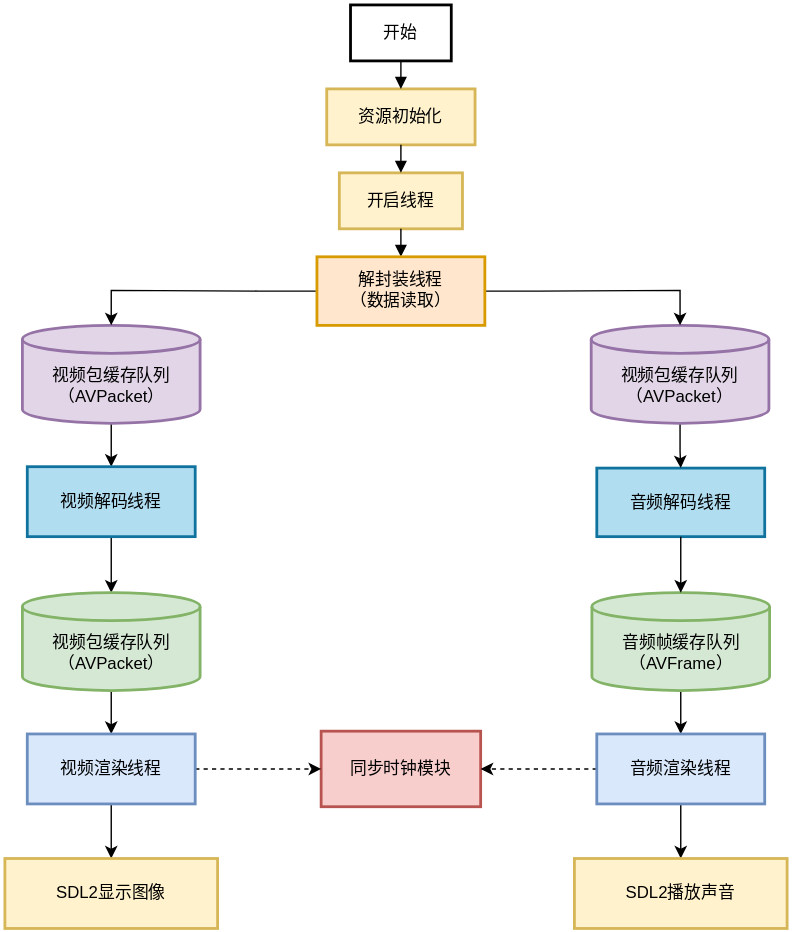
Above: docs/assets/pic2-basic_architecture.svg in Ko-vey/SDLplayerCore (draw.io), before the change. Source tidied: cells renumbered, new cells last; positions are measured from the earlier drawing's top-left corner, leaving out a move shared by most shapes.
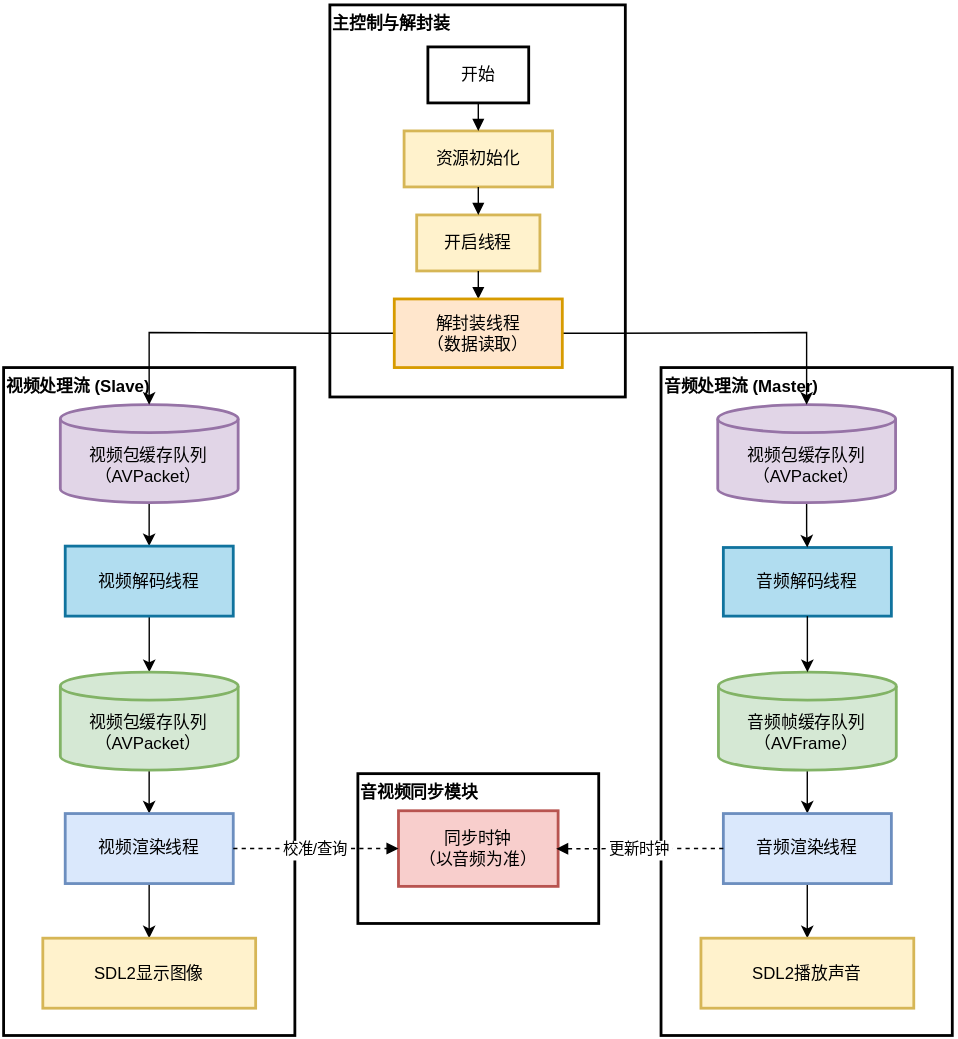
The same file after the commit.

Commit message:
改进修改基本架构图源文件及代码

Diff of the diagram source:
```diff
@@ -2,6 +2,18 @@
   <root>
     <mxCell id="0" />
     <mxCell id="1" parent="0" />
+    <mxCell id="32" value="音视频同步模块" style="whiteSpace=wrap;strokeWidth=2;align=left;verticalAlign=top;fontStyle=1;" parent="1" vertex="1">
+      <mxGeometry x="197" y="519" width="172" height="107" as="geometry" />
+    </mxCell>
+    <mxCell id="33" value="音频处理流 (Master)" style="whiteSpace=wrap;strokeWidth=2;align=left;verticalAlign=top;fontStyle=1;" parent="1" vertex="1">
+      <mxGeometry x="413.5" y="229" width="208" height="477" as="geometry" />
+    </mxCell>
+    <mxCell id="34" value="视频处理流 (Slave)" style="whiteSpace=wrap;strokeWidth=2;align=left;verticalAlign=top;fontStyle=1;" parent="1" vertex="1">
+      <mxGeometry x="-56" y="229" width="208" height="477" as="geometry" />
+    </mxCell>
+    <mxCell id="35" value="主控制与解封装" style="whiteSpace=wrap;strokeWidth=2;align=left;verticalAlign=top;fontStyle=1;" parent="1" vertex="1">
+      <mxGeometry x="177" y="-30" width="211" height="280" as="geometry" />
+    </mxCell>
     <mxCell id="2" value="开始" style="whiteSpace=wrap;strokeWidth=2;" parent="1" vertex="1">
       <mxGeometry x="247" width="72" height="40" as="geometry" />
     </mxCell>
@@ -15,19 +27,19 @@
       <mxGeometry relative="1" as="geometry" />
     </mxCell>
     <mxCell id="6" value="视频包缓存队列&#10;（AVPacket）" style="shape=cylinder3;boundedLbl=1;backgroundOutline=1;size=10;strokeWidth=2;whiteSpace=wrap;fillColor=#e1d5e7;strokeColor=#9673a6;" parent="1" vertex="1">
-      <mxGeometry x="12.5" y="229" width="127" height="70" as="geometry" />
+      <mxGeometry x="-15.5" y="255.5" width="127" height="70" as="geometry" />
     </mxCell>
     <mxCell id="7" style="edgeStyle=orthogonalEdgeStyle;rounded=0;jettySize=auto;html=1;" parent="1" edge="1" source="8" target="17">
       <mxGeometry relative="1" as="geometry" />
     </mxCell>
     <mxCell id="8" value="视频解码线程" style="whiteSpace=wrap;strokeWidth=2;fillColor=#b1ddf0;strokeColor=#10739e;" parent="1" vertex="1">
-      <mxGeometry x="16" y="330" width="120" height="50" as="geometry" />
+      <mxGeometry x="-12" y="356.5" width="120" height="50" as="geometry" />
     </mxCell>
-    <mxCell id="9" value="同步时钟模块" style="whiteSpace=wrap;strokeWidth=2;fillColor=#f8cecc;strokeColor=#b85450;" parent="1" vertex="1">
-      <mxGeometry x="226" y="519" width="114" height="54" as="geometry" />
+    <mxCell id="9" value="同步时钟&#10;（以音频为准）" style="whiteSpace=wrap;strokeWidth=2;fillColor=#f8cecc;strokeColor=#b85450;" parent="1" vertex="1">
+      <mxGeometry x="226" y="545.5" width="114" height="54" as="geometry" />
     </mxCell>
     <mxCell id="10" value="音频解码线程" style="whiteSpace=wrap;strokeWidth=2;fillColor=#b1ddf0;strokeColor=#10739e;" parent="1" vertex="1">
-      <mxGeometry x="423" y="331" width="120" height="49" as="geometry" />
+      <mxGeometry x="458" y="357.5" width="120" height="49" as="geometry" />
     </mxCell>
     <mxCell id="11" style="curved=1;startArrow=none;endArrow=block;exitX=0.5;exitY=1;entryX=0.5;entryY=0;rounded=0;" parent="1" edge="1" source="2" target="3">
       <mxGeometry relative="1" as="geometry" />
@@ -42,13 +54,13 @@
       <mxGeometry relative="1" as="geometry" />
     </mxCell>
     <mxCell id="15" value="视频包缓存队列&#10;（AVPacket）" style="shape=cylinder3;boundedLbl=1;backgroundOutline=1;size=10;strokeWidth=2;whiteSpace=wrap;fillColor=#e1d5e7;strokeColor=#9673a6;" parent="1" vertex="1">
-      <mxGeometry x="419" y="229" width="127" height="70" as="geometry" />
+      <mxGeometry x="454" y="255.5" width="127" height="70" as="geometry" />
     </mxCell>
     <mxCell id="16" style="edgeStyle=orthogonalEdgeStyle;rounded=0;jettySize=auto;html=1;" parent="1" edge="1" source="17" target="26">
       <mxGeometry relative="1" as="geometry" />
     </mxCell>
     <mxCell id="17" value="视频包缓存队列&#10;（AVPacket）" style="shape=cylinder3;boundedLbl=1;backgroundOutline=1;size=10;strokeWidth=2;whiteSpace=wrap;fillColor=#d5e8d4;strokeColor=#82b366;" parent="1" vertex="1">
-      <mxGeometry x="12.5" y="420" width="127" height="70" as="geometry" />
+      <mxGeometry x="-15.5" y="446.5" width="127" height="70" as="geometry" />
     </mxCell>
     <mxCell id="18" style="edgeStyle=orthogonalEdgeStyle;rounded=0;jettySize=auto;html=1;" parent="1" edge="1" source="20" target="15">
       <mxGeometry relative="1" as="geometry">
@@ -73,34 +85,34 @@
       <mxGeometry relative="1" as="geometry" />
     </mxCell>
     <mxCell id="22" value="音频帧缓存队列&#10;（AVFrame）" style="shape=cylinder3;boundedLbl=1;backgroundOutline=1;size=10;strokeWidth=2;whiteSpace=wrap;fillColor=#d5e8d4;strokeColor=#82b366;" parent="1" vertex="1">
-      <mxGeometry x="419.5" y="420" width="127" height="70" as="geometry" />
+      <mxGeometry x="454.5" y="446.5" width="127" height="70" as="geometry" />
     </mxCell>
     <mxCell id="23" style="edgeStyle=orthogonalEdgeStyle;rounded=0;jettySize=auto;html=1;entryX=0.5;entryY=0;entryDx=0;entryDy=0;entryPerimeter=0;" parent="1" edge="1" source="10" target="22">
       <mxGeometry relative="1" as="geometry" />
     </mxCell>
-    <mxCell id="24" style="edgeStyle=orthogonalEdgeStyle;rounded=0;jettySize=auto;html=1;dashed=1;" parent="1" edge="1" source="26" target="9">
-      <mxGeometry relative="1" as="geometry" />
-    </mxCell>
     <mxCell id="25" style="edgeStyle=orthogonalEdgeStyle;rounded=0;jettySize=auto;html=1;" parent="1" edge="1" source="26" target="30">
       <mxGeometry relative="1" as="geometry" />
     </mxCell>
     <mxCell id="26" value="视频渲染线程" style="whiteSpace=wrap;strokeWidth=2;fillColor=#dae8fc;strokeColor=#6c8ebf;" parent="1" vertex="1">
-      <mxGeometry x="16" y="521" width="120" height="50" as="geometry" />
+      <mxGeometry x="-12" y="547.5" width="120" height="50" as="geometry" />
     </mxCell>
-    <mxCell id="27" style="edgeStyle=orthogonalEdgeStyle;rounded=0;jettySize=auto;html=1;dashed=1;" parent="1" edge="1" source="29" target="9">
-      <mxGeometry relative="1" as="geometry" />
-    </mxCell>
     <mxCell id="28" style="edgeStyle=orthogonalEdgeStyle;rounded=0;jettySize=auto;html=1;" parent="1" edge="1" source="29" target="31">
       <mxGeometry relative="1" as="geometry" />
     </mxCell>
     <mxCell id="29" value="音频渲染线程" style="whiteSpace=wrap;strokeWidth=2;fillColor=#dae8fc;strokeColor=#6c8ebf;" parent="1" vertex="1">
-      <mxGeometry x="423" y="521" width="120" height="50" as="geometry" />
+      <mxGeometry x="458" y="547.5" width="120" height="50" as="geometry" />
     </mxCell>
     <mxCell id="30" value="SDL2显示图像" style="whiteSpace=wrap;strokeWidth=2;fillColor=#fff2cc;strokeColor=#d6b656;" parent="1" vertex="1">
-      <mxGeometry y="610" width="152" height="50" as="geometry" />
+      <mxGeometry x="-28" y="636.5" width="152" height="50" as="geometry" />
     </mxCell>
     <mxCell id="31" value="SDL2播放声音" style="whiteSpace=wrap;strokeWidth=2;fillColor=#fff2cc;strokeColor=#d6b656;" parent="1" vertex="1">
-      <mxGeometry x="407" y="610" width="152" height="50" as="geometry" />
+      <mxGeometry x="442" y="636.5" width="152" height="50" as="geometry" />
     </mxCell>
+    <mxCell id="24" value="校准/查询" style="dashed=1;startArrow=none;endArrow=block;entryX=0;entryY=0.5;rounded=0;edgeStyle=orthogonalEdgeStyle;entryDx=0;entryDy=0;" parent="1" edge="1" source="26" target="9">
+      <mxGeometry relative="1" as="geometry" />
+    </mxCell>
+    <mxCell id="27" value="更新时钟" style="dashed=1;startArrow=none;endArrow=block;entryX=0.988;entryY=0.504;rounded=0;edgeStyle=orthogonalEdgeStyle;entryDx=0;entryDy=0;entryPerimeter=0;" parent="1" edge="1" source="29" target="9">
+      <mxGeometry relative="1" as="geometry" />
+    </mxCell>
   </root>
 </mxGraphModel>
```
